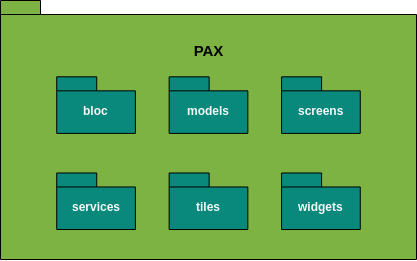
Before: assets/pacotesFront.png, a diagram exported from draw.io (pax-app/Wiki). Source tidied: cells renumbered, new cells last; positions are measured from the earlier drawing's top-left corner, leaving out a move shared by most shapes.
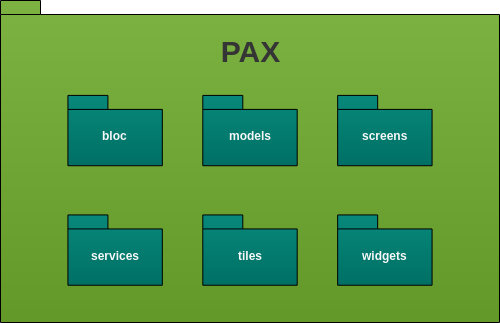
The same diagram one commit later.

Change to the diagram source:
```diff
@@ -2,32 +2,32 @@
   <root>
     <mxCell id="0" />
     <mxCell id="1" parent="0" />
-    <mxCell id="2" style="group;" parent="1" vertex="1">
-      <mxGeometry width="416" height="259" as="geometry" />
-    </mxCell>
+    <mxCell id="11" style="group;" parent="1" vertex="1">
+      <mxGeometry width="499" height="322" as="geometry" />
+    </mxCell>
-    <mxCell id="3" style="shape=folder;fontStyle=1;spacingTop=10;tabWidth=40;tabHeight=14;tabPosition=left;html=1;fillColor=#7cb342;" parent="2" vertex="1">
-      <mxGeometry width="416" height="259" as="geometry" />
+    <mxCell id="3" style="shape=folder;fontStyle=1;spacingTop=10;tabWidth=40;tabHeight=14;tabPosition=left;html=1;fillColor=#7cb342;gradientColor=#639929;" parent="11" vertex="1">
+      <mxGeometry width="499" height="322" as="geometry" />
     </mxCell>
-    <mxCell id="4" value="&lt;font&gt;bloc&lt;/font&gt;" style="shape=folder;fontStyle=1;spacingTop=10;tabWidth=40;tabHeight=14;tabPosition=left;html=1;flipH=0;fillColor=#08897B;fontColor=#f7f7f7;" parent="2" vertex="1">
-      <mxGeometry x="56.2" y="76.3" width="78.7" height="56.6" as="geometry" />
+    <mxCell id="4" value="&lt;font&gt;bloc&lt;/font&gt;" style="shape=folder;fontStyle=1;spacingTop=10;tabWidth=40;tabHeight=14;tabPosition=left;html=1;flipH=0;fillColor=#08897B;fontColor=#f7f7f7;gradientColor=#007065;" parent="11" vertex="1">
+      <mxGeometry x="67.4" y="94.9" width="94.4" height="70.3" as="geometry" />
     </mxCell>
-    <mxCell id="5" value="models" style="shape=folder;fontStyle=1;spacingTop=10;tabWidth=40;tabHeight=14;tabPosition=left;html=1;flipH=0;strokeColor=#000000;fontColor=#F7F7F7;fillColor=#08897B;" parent="2" vertex="1">
-      <mxGeometry x="168.6" y="76.3" width="78.7" height="56.6" as="geometry" />
+    <mxCell id="5" value="models" style="shape=folder;fontStyle=1;spacingTop=10;tabWidth=40;tabHeight=14;tabPosition=left;html=1;flipH=0;strokeColor=#000000;fontColor=#F7F7F7;fillColor=#08897B;gradientColor=#007065;" parent="11" vertex="1">
+      <mxGeometry x="202.3" y="94.9" width="94.4" height="70.3" as="geometry" />
     </mxCell>
-    <mxCell id="6" value="screens" style="shape=folder;fontStyle=1;spacingTop=10;tabWidth=40;tabHeight=14;tabPosition=left;html=1;flipH=0;strokeColor=#000000;fontColor=#F7F7F7;fillColor=#08897B;" parent="2" vertex="1">
-      <mxGeometry x="281.1" y="76.3" width="78.7" height="56.6" as="geometry" />
+    <mxCell id="6" value="screens" style="shape=folder;fontStyle=1;spacingTop=10;tabWidth=40;tabHeight=14;tabPosition=left;html=1;flipH=0;strokeColor=#000000;fontColor=#F7F7F7;fillColor=#08897B;gradientColor=#007065;" parent="11" vertex="1">
+      <mxGeometry x="337.2" y="94.9" width="94.4" height="70.3" as="geometry" />
     </mxCell>
-    <mxCell id="7" value="tiles" style="shape=folder;fontStyle=1;spacingTop=10;tabWidth=40;tabHeight=14;tabPosition=left;html=1;strokeColor=#000000;fontColor=#F7F7F7;fillColor=#08897B;" parent="2" vertex="1">
-      <mxGeometry x="168.6" y="172.5" width="78.7" height="56.6" as="geometry" />
+    <mxCell id="7" value="tiles" style="shape=folder;fontStyle=1;spacingTop=10;tabWidth=40;tabHeight=14;tabPosition=left;html=1;strokeColor=#000000;fontColor=#F7F7F7;fillColor=#08897B;gradientColor=#007065;" parent="11" vertex="1">
+      <mxGeometry x="202.3" y="214.4" width="94.4" height="70.3" as="geometry" />
     </mxCell>
-    <mxCell id="8" value="services" style="shape=folder;fontStyle=1;spacingTop=10;tabWidth=40;tabHeight=14;tabPosition=left;html=1;strokeColor=#000000;fontColor=#F7F7F7;fillColor=#08897B;" parent="2" vertex="1">
-      <mxGeometry x="56.2" y="172.5" width="78.7" height="56.6" as="geometry" />
+    <mxCell id="8" value="services" style="shape=folder;fontStyle=1;spacingTop=10;tabWidth=40;tabHeight=14;tabPosition=left;html=1;strokeColor=#000000;fontColor=#F7F7F7;fillColor=#08897B;gradientColor=#007065;" parent="11" vertex="1">
+      <mxGeometry x="67.4" y="214.4" width="94.4" height="70.3" as="geometry" />
     </mxCell>
-    <mxCell id="9" value="widgets" style="shape=folder;fontStyle=1;spacingTop=10;tabWidth=40;tabHeight=14;tabPosition=left;html=1;strokeColor=#000000;fontColor=#F7F7F7;fillColor=#08897B;" parent="2" vertex="1">
-      <mxGeometry x="281.1" y="172.5" width="78.7" height="56.6" as="geometry" />
+    <mxCell id="9" value="widgets" style="shape=folder;fontStyle=1;spacingTop=10;tabWidth=40;tabHeight=14;tabPosition=left;html=1;strokeColor=#000000;fontColor=#F7F7F7;fillColor=#08897B;gradientColor=#007065;" parent="11" vertex="1">
+      <mxGeometry x="337.2" y="214.4" width="94.4" height="70.3" as="geometry" />
     </mxCell>
-    <mxCell id="10" value="&lt;h1 style=&quot;font-size: 15px&quot;&gt;&lt;font&gt;PAX&lt;/font&gt;&lt;/h1&gt;" style="text;html=1;strokeColor=none;fillColor=none;align=center;verticalAlign=middle;whiteSpace=wrap;rounded=0;fontSize=15;fontColor=#000000;" parent="2" vertex="1">
-      <mxGeometry x="146.7" y="35.6" width="122.6" height="29.4" as="geometry" />
+    <mxCell id="10" value="&lt;h1 style=&quot;font-size: 30px;&quot;&gt;&lt;font style=&quot;font-size: 30px;&quot;&gt;PAX&lt;/font&gt;&lt;/h1&gt;" style="text;html=1;strokeColor=none;fillColor=none;align=center;verticalAlign=middle;whiteSpace=wrap;rounded=0;fontSize=30;fontColor=#353535;" parent="11" vertex="1">
+      <mxGeometry x="176" y="32.3" width="147" height="36.6" as="geometry" />
     </mxCell>
   </root>
 </mxGraphModel>
```
